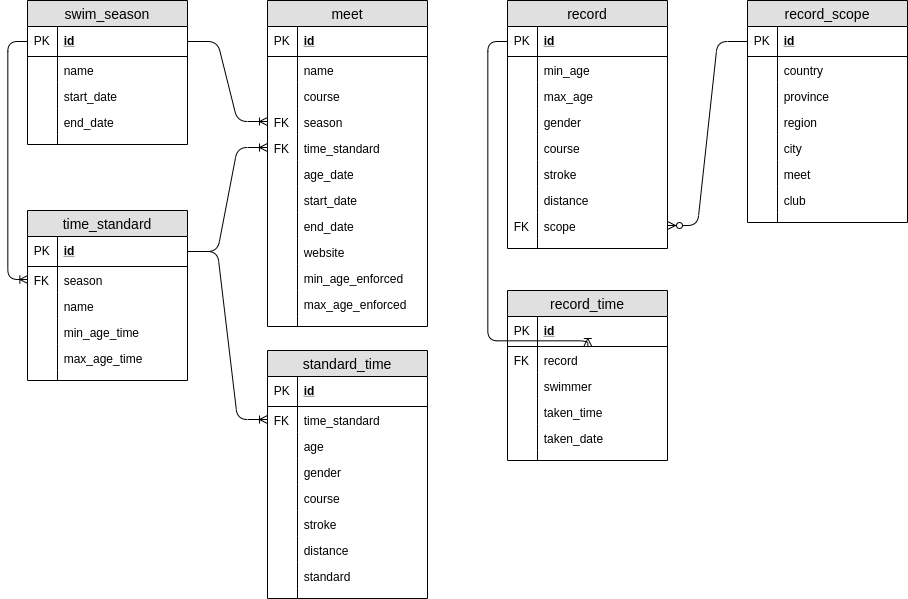
This is docs/images/relational.png from geekswimmers/geekswimmers, a draw.io export, as it was before one commit. Source tidied: cells renumbered, new cells last; positions are measured from the earlier drawing's top-left corner, leaving out a move shared by most shapes.
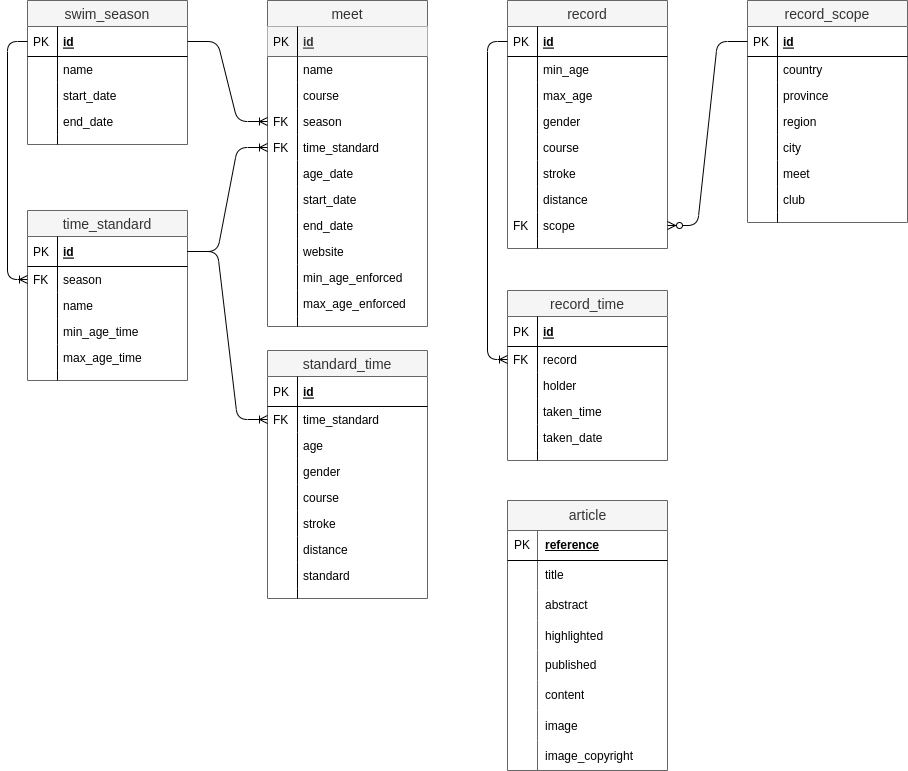
The same diagram one commit later.

Commit message:
Updated database model

Change to the diagram source:
```diff
@@ -2,7 +2,7 @@
   <root>
     <mxCell id="0" />
     <mxCell id="1" parent="0" />
-    <mxCell id="2" value="swim_season" style="swimlane;fontStyle=0;horizontal=1;startSize=26;fillColor=#e0e0e0;swimlaneFillColor=#ffffff;align=center;fontSize=14;" parent="1" vertex="1">
+    <mxCell id="2" value="swim_season" style="swimlane;fontStyle=0;horizontal=1;startSize=26;fillColor=#f5f5f5;swimlaneFillColor=#ffffff;align=center;fontSize=14;fontColor=#333333;strokeColor=#666666;" parent="1" vertex="1">
       <mxGeometry x="20" width="160" height="144" as="geometry" />
     </mxCell>
     <mxCell id="3" value="id" style="shape=partialRectangle;top=0;left=0;right=0;bottom=1;align=left;verticalAlign=middle;fillColor=none;spacingLeft=34;spacingRight=4;overflow=hidden;points=[[0,0.5],[1,0.5]];portConstraint=eastwest;fontStyle=5;fontSize=12;" parent="2" vertex="1">
@@ -35,7 +35,7 @@
     <mxCell id="12" style="shape=partialRectangle;top=0;left=0;bottom=0;fillColor=none;align=left;verticalAlign=top;spacingLeft=4;spacingRight=4;overflow=hidden;fontSize=12;" parent="11" vertex="1">
       <mxGeometry width="30" height="10" as="geometry" />
     </mxCell>
-    <mxCell id="13" value="time_standard" style="swimlane;fontStyle=0;horizontal=1;startSize=26;fillColor=#e0e0e0;swimlaneFillColor=#ffffff;align=center;fontSize=14;" parent="1" vertex="1">
+    <mxCell id="13" value="time_standard" style="swimlane;fontStyle=0;horizontal=1;startSize=26;fillColor=#f5f5f5;swimlaneFillColor=#ffffff;align=center;fontSize=14;fontColor=#333333;strokeColor=#666666;" parent="1" vertex="1">
       <mxGeometry x="20" y="210" width="160" height="170" as="geometry" />
     </mxCell>
     <mxCell id="14" value="id" style="shape=partialRectangle;top=0;left=0;right=0;bottom=1;align=left;verticalAlign=middle;fillColor=none;spacingLeft=34;spacingRight=4;overflow=hidden;points=[[0,0.5],[1,0.5]];portConstraint=eastwest;fontStyle=5;fontSize=12;" parent="13" vertex="1">
@@ -74,7 +74,7 @@
     <mxCell id="25" style="shape=partialRectangle;top=0;left=0;bottom=0;fillColor=none;align=left;verticalAlign=top;spacingLeft=4;spacingRight=4;overflow=hidden;fontSize=12;" parent="24" vertex="1">
       <mxGeometry width="30" height="10" as="geometry" />
     </mxCell>
-    <mxCell id="26" value="standard_time" style="swimlane;fontStyle=0;horizontal=1;startSize=26;fillColor=#e0e0e0;swimlaneFillColor=#ffffff;align=center;fontSize=14;" parent="1" vertex="1">
+    <mxCell id="26" value="standard_time" style="swimlane;fontStyle=0;horizontal=1;startSize=26;fillColor=#f5f5f5;swimlaneFillColor=#ffffff;align=center;fontSize=14;fontColor=#333333;strokeColor=#666666;" parent="1" vertex="1">
       <mxGeometry x="260" y="350" width="160" height="248" as="geometry" />
     </mxCell>
     <mxCell id="27" value="id" style="shape=partialRectangle;top=0;left=0;right=0;bottom=1;align=left;verticalAlign=middle;fillColor=none;spacingLeft=34;spacingRight=4;overflow=hidden;fontStyle=5;fontSize=12;" parent="26" vertex="1">
@@ -131,10 +131,10 @@
     <mxCell id="44" style="shape=partialRectangle;top=0;left=0;bottom=0;fillColor=none;align=left;verticalAlign=top;spacingLeft=4;spacingRight=4;overflow=hidden;fontSize=12;" parent="43" vertex="1">
       <mxGeometry width="30" height="10" as="geometry" />
     </mxCell>
-    <mxCell id="45" value="meet" style="swimlane;fontStyle=0;horizontal=1;startSize=26;fillColor=#e0e0e0;swimlaneFillColor=#ffffff;align=center;fontSize=14;" parent="1" vertex="1">
+    <mxCell id="45" value="meet" style="swimlane;fontStyle=0;horizontal=1;startSize=26;fillColor=#f5f5f5;swimlaneFillColor=#ffffff;align=center;fontSize=14;fontColor=#333333;strokeColor=#666666;" parent="1" vertex="1">
       <mxGeometry x="260" width="160" height="326" as="geometry" />
     </mxCell>
-    <mxCell id="46" value="id" style="shape=partialRectangle;top=0;left=0;right=0;bottom=1;align=left;verticalAlign=middle;fillColor=none;spacingLeft=34;spacingRight=4;overflow=hidden;fontStyle=5;fontSize=12;" parent="45" vertex="1">
+    <mxCell id="46" value="id" style="shape=partialRectangle;top=0;left=0;right=0;bottom=1;align=left;verticalAlign=middle;fillColor=#f5f5f5;spacingLeft=34;spacingRight=4;overflow=hidden;fontStyle=5;fontSize=12;fontColor=#333333;strokeColor=#666666;" parent="45" vertex="1">
       <mxGeometry y="26" width="160" height="30" as="geometry" />
     </mxCell>
     <mxCell id="47" value="PK" style="shape=partialRectangle;top=0;left=0;bottom=0;fillColor=none;align=left;verticalAlign=middle;spacingLeft=4;spacingRight=4;overflow=hidden;fontSize=12;" parent="46" vertex="1">
@@ -223,7 +223,7 @@
     <mxCell id="73" style="edgeStyle=entityRelationEdgeStyle;fontSize=12;html=1;endArrow=ERoneToMany;" parent="1" edge="1" source="14" target="54">
       <mxGeometry relative="1" as="geometry" />
     </mxCell>
-    <mxCell id="74" value="record" style="swimlane;fontStyle=0;horizontal=1;startSize=26;fillColor=#e0e0e0;swimlaneFillColor=#ffffff;align=center;fontSize=14;" parent="1" vertex="1">
+    <mxCell id="74" value="record" style="swimlane;fontStyle=0;horizontal=1;startSize=26;fillColor=#f5f5f5;swimlaneFillColor=#ffffff;align=center;fontSize=14;fontColor=#333333;strokeColor=#666666;" parent="1" vertex="1">
       <mxGeometry x="500" width="160" height="248" as="geometry" />
     </mxCell>
     <mxCell id="75" value="id" style="shape=partialRectangle;top=0;left=0;right=0;bottom=1;align=left;verticalAlign=middle;fillColor=none;spacingLeft=34;spacingRight=4;overflow=hidden;points=[[0,0.5],[1,0.5]];portConstraint=eastwest;fontStyle=5;fontSize=12;" parent="74" vertex="1">
@@ -280,7 +280,7 @@
     <mxCell id="92" style="shape=partialRectangle;top=0;left=0;bottom=0;fillColor=none;align=left;verticalAlign=top;spacingLeft=4;spacingRight=4;overflow=hidden;fontSize=12;" parent="91" vertex="1">
       <mxGeometry width="30" height="10" as="geometry" />
     </mxCell>
-    <mxCell id="93" value="record_time" style="swimlane;fontStyle=0;horizontal=1;startSize=26;fillColor=#e0e0e0;swimlaneFillColor=#ffffff;align=center;fontSize=14;" parent="1" vertex="1">
+    <mxCell id="93" value="record_time" style="swimlane;fontStyle=0;horizontal=1;startSize=26;fillColor=#f5f5f5;swimlaneFillColor=#ffffff;align=center;fontSize=14;fontColor=#333333;strokeColor=#666666;" parent="1" vertex="1">
       <mxGeometry x="500" y="290" width="160" height="170" as="geometry" />
     </mxCell>
     <mxCell id="94" value="id" style="shape=partialRectangle;top=0;left=0;right=0;bottom=1;align=left;verticalAlign=middle;fillColor=none;spacingLeft=34;spacingRight=4;overflow=hidden;fontStyle=5;fontSize=12;" parent="93" vertex="1">
@@ -295,7 +295,7 @@
     <mxCell id="97" value="FK" style="shape=partialRectangle;top=0;left=0;bottom=0;fillColor=none;align=left;verticalAlign=top;spacingLeft=4;spacingRight=4;overflow=hidden;fontSize=12;" parent="96" vertex="1">
       <mxGeometry width="30" height="26" as="geometry" />
     </mxCell>
-    <mxCell id="98" value="swimmer" style="shape=partialRectangle;top=0;left=0;right=0;bottom=0;align=left;verticalAlign=top;fillColor=none;spacingLeft=34;spacingRight=4;overflow=hidden;fontSize=12;" parent="93" vertex="1">
+    <mxCell id="98" value="holder" style="shape=partialRectangle;top=0;left=0;right=0;bottom=0;align=left;verticalAlign=top;fillColor=none;spacingLeft=34;spacingRight=4;overflow=hidden;fontSize=12;" parent="93" vertex="1">
       <mxGeometry y="82" width="160" height="26" as="geometry" />
     </mxCell>
     <mxCell id="99" style="shape=partialRectangle;top=0;left=0;bottom=0;fillColor=none;align=left;verticalAlign=top;spacingLeft=4;spacingRight=4;overflow=hidden;fontSize=12;" parent="98" vertex="1">
@@ -323,11 +323,11 @@
       <mxGeometry relative="1" as="geometry">
         <Array as="points">
           <mxPoint x="480" y="41" />
-          <mxPoint x="480" y="340" />
+          <mxPoint x="480" y="359" />
         </Array>
       </mxGeometry>
     </mxCell>
-    <mxCell id="107" value="record_scope" style="swimlane;fontStyle=0;horizontal=1;startSize=26;fillColor=#e0e0e0;swimlaneFillColor=#ffffff;align=center;fontSize=14;" parent="1" vertex="1">
+    <mxCell id="107" value="record_scope" style="swimlane;fontStyle=0;horizontal=1;startSize=26;fillColor=#f5f5f5;swimlaneFillColor=#ffffff;align=center;fontSize=14;fontColor=#333333;strokeColor=#666666;" parent="1" vertex="1">
       <mxGeometry x="740" width="160" height="222" as="geometry" />
     </mxCell>
     <mxCell id="108" value="id" style="shape=partialRectangle;top=0;left=0;right=0;bottom=1;align=left;verticalAlign=middle;fillColor=none;spacingLeft=34;spacingRight=4;overflow=hidden;points=[[0,0.5],[1,0.5]];portConstraint=eastwest;fontStyle=5;fontSize=12;" parent="107" vertex="1">
@@ -381,5 +381,80 @@
     <mxCell id="124" style="edgeStyle=entityRelationEdgeStyle;fontSize=12;html=1;endArrow=ERzeroToMany;endFill=1;" parent="1" edge="1" source="108" target="89">
       <mxGeometry relative="1" as="geometry" />
     </mxCell>
+    <mxCell id="125" value="article" style="shape=table;startSize=30;rowLines=0;fontStyle=0;align=center;html=1;fillColor=#f5f5f5;fontColor=#333333;strokeColor=#666666;fontSize=14;" parent="1" vertex="1">
+      <mxGeometry x="500" y="500" width="160" height="270" as="geometry" />
+    </mxCell>
+    <mxCell id="126" style="shape=tableRow;horizontal=0;startSize=0;swimlaneHead=0;swimlaneBody=0;fillColor=none;top=0;left=0;right=0;bottom=1;" parent="125" vertex="1">
+      <mxGeometry y="30" width="160" height="30" as="geometry" />
+    </mxCell>
+    <mxCell id="127" value="PK" style="shape=partialRectangle;fillColor=none;top=0;left=0;bottom=0;right=0;fontStyle=0;overflow=hidden;whiteSpace=wrap;html=1;" parent="126" vertex="1">
+      <mxGeometry width="30" height="30" as="geometry" />
+    </mxCell>
+    <mxCell id="128" value="reference" style="shape=partialRectangle;fillColor=none;top=0;left=0;bottom=0;right=0;align=left;spacingLeft=6;fontStyle=5;overflow=hidden;whiteSpace=wrap;html=1;" parent="126" vertex="1">
+      <mxGeometry x="30" width="130" height="30" as="geometry" />
+    </mxCell>
+    <mxCell id="129" style="shape=tableRow;horizontal=0;startSize=0;swimlaneHead=0;swimlaneBody=0;fillColor=none;top=0;left=0;right=0;bottom=0;" parent="125" vertex="1">
+      <mxGeometry y="60" width="160" height="30" as="geometry" />
+    </mxCell>
+    <mxCell id="130" style="shape=partialRectangle;fillColor=none;top=0;left=0;bottom=0;right=0;overflow=hidden;whiteSpace=wrap;html=1;" parent="129" vertex="1">
+      <mxGeometry width="30" height="30" as="geometry" />
+    </mxCell>
+    <mxCell id="131" value="title" style="shape=partialRectangle;fillColor=none;top=0;left=0;bottom=0;right=0;align=left;spacingLeft=6;overflow=hidden;whiteSpace=wrap;html=1;" parent="129" vertex="1">
+      <mxGeometry x="30" width="130" height="30" as="geometry" />
+    </mxCell>
+    <mxCell id="132" style="shape=tableRow;horizontal=0;startSize=0;swimlaneHead=0;swimlaneBody=0;fillColor=none;top=0;left=0;right=0;bottom=0;" parent="125" vertex="1">
+      <mxGeometry y="90" width="160" height="30" as="geometry" />
+    </mxCell>
+    <mxCell id="133" style="shape=partialRectangle;fillColor=none;top=0;left=0;bottom=0;right=0;fontStyle=0;overflow=hidden;whiteSpace=wrap;html=1;" parent="132" vertex="1">
+      <mxGeometry width="30" height="30" as="geometry" />
+    </mxCell>
+    <mxCell id="134" value="abstract" style="shape=partialRectangle;fillColor=none;top=0;left=0;bottom=0;right=0;align=left;spacingLeft=6;fontStyle=0;overflow=hidden;whiteSpace=wrap;html=1;" parent="132" vertex="1">
+      <mxGeometry x="30" width="130" height="30" as="geometry" />
+    </mxCell>
+    <mxCell id="135" style="shape=tableRow;horizontal=0;startSize=0;swimlaneHead=0;swimlaneBody=0;fillColor=none;top=0;left=0;right=0;bottom=0;" parent="125" vertex="1">
+      <mxGeometry y="120" width="160" height="30" as="geometry" />
+    </mxCell>
+    <mxCell id="136" style="shape=partialRectangle;fillColor=none;top=0;left=0;bottom=0;right=0;overflow=hidden;" parent="135" vertex="1">
+      <mxGeometry width="30" height="30" as="geometry" />
+    </mxCell>
+    <mxCell id="137" value="highlighted" style="shape=partialRectangle;fillColor=none;top=0;left=0;bottom=0;right=0;align=left;spacingLeft=6;overflow=hidden;" parent="135" vertex="1">
+      <mxGeometry x="30" width="130" height="30" as="geometry" />
+    </mxCell>
+    <mxCell id="138" style="shape=tableRow;horizontal=0;startSize=0;swimlaneHead=0;swimlaneBody=0;fillColor=none;top=0;left=0;right=0;bottom=0;" parent="125" vertex="1">
+      <mxGeometry y="150" width="160" height="30" as="geometry" />
+    </mxCell>
+    <mxCell id="139" style="shape=partialRectangle;fillColor=none;top=0;left=0;bottom=0;right=0;overflow=hidden;whiteSpace=wrap;html=1;" parent="138" vertex="1">
+      <mxGeometry width="30" height="30" as="geometry" />
+    </mxCell>
+    <mxCell id="140" value="published" style="shape=partialRectangle;fillColor=none;top=0;left=0;bottom=0;right=0;align=left;spacingLeft=6;overflow=hidden;whiteSpace=wrap;html=1;" parent="138" vertex="1">
+      <mxGeometry x="30" width="130" height="30" as="geometry" />
+    </mxCell>
+    <mxCell id="141" style="shape=tableRow;horizontal=0;startSize=0;swimlaneHead=0;swimlaneBody=0;fillColor=none;top=0;left=0;right=0;bottom=0;" parent="125" vertex="1">
+      <mxGeometry y="180" width="160" height="30" as="geometry" />
+    </mxCell>
+    <mxCell id="142" style="shape=partialRectangle;fillColor=none;top=0;left=0;bottom=0;right=0;overflow=hidden;whiteSpace=wrap;html=1;" parent="141" vertex="1">
+      <mxGeometry width="30" height="30" as="geometry" />
+    </mxCell>
+    <mxCell id="143" value="content" style="shape=partialRectangle;fillColor=none;top=0;left=0;bottom=0;right=0;align=left;spacingLeft=6;overflow=hidden;whiteSpace=wrap;html=1;" parent="141" vertex="1">
+      <mxGeometry x="30" width="130" height="30" as="geometry" />
+    </mxCell>
+    <mxCell id="144" style="shape=tableRow;horizontal=0;startSize=0;swimlaneHead=0;swimlaneBody=0;fillColor=none;top=0;left=0;right=0;bottom=0;" parent="125" vertex="1">
+      <mxGeometry y="210" width="160" height="30" as="geometry" />
+    </mxCell>
+    <mxCell id="145" style="shape=partialRectangle;fillColor=none;top=0;left=0;bottom=0;right=0;overflow=hidden;" parent="144" vertex="1">
+      <mxGeometry width="30" height="30" as="geometry" />
+    </mxCell>
+    <mxCell id="146" value="image" style="shape=partialRectangle;fillColor=none;top=0;left=0;bottom=0;right=0;align=left;spacingLeft=6;overflow=hidden;" parent="144" vertex="1">
+      <mxGeometry x="30" width="130" height="30" as="geometry" />
+    </mxCell>
+    <mxCell id="147" style="shape=tableRow;horizontal=0;startSize=0;swimlaneHead=0;swimlaneBody=0;fillColor=none;top=0;left=0;right=0;bottom=0;" parent="125" vertex="1">
+      <mxGeometry y="240" width="160" height="30" as="geometry" />
+    </mxCell>
+    <mxCell id="148" style="shape=partialRectangle;fillColor=none;top=0;left=0;bottom=0;right=0;overflow=hidden;" parent="147" vertex="1">
+      <mxGeometry width="30" height="30" as="geometry" />
+    </mxCell>
+    <mxCell id="149" value="image_copyright" style="shape=partialRectangle;fillColor=none;top=0;left=0;bottom=0;right=0;align=left;spacingLeft=6;overflow=hidden;" parent="147" vertex="1">
+      <mxGeometry x="30" width="130" height="30" as="geometry" />
+    </mxCell>
   </root>
 </mxGraphModel>
```
